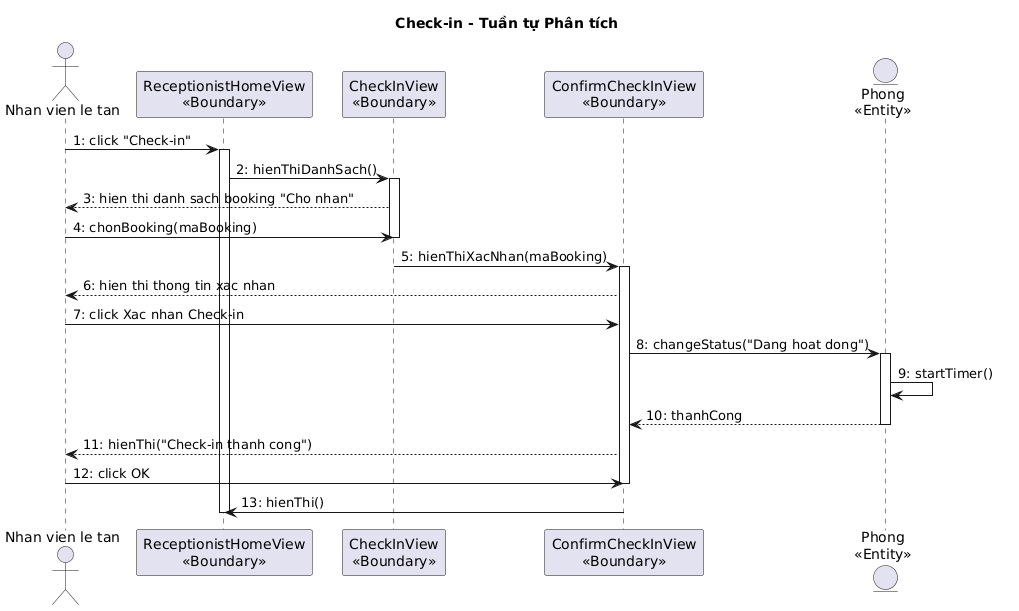
thanhtrnnn/cnpm keeps this PlantUML diagram as output/diagrams/booking_aseq_checkin.png. Above is the earlier version. Source of this version:
```plantuml
@startuml
title Check-in - Tuần tự Phân tích

actor "Nhan vien le tan" as NV
participant "ReceptionistHomeView\n<<Boundary>>" as Home
participant "CheckInView\n<<Boundary>>" as CheckIn
participant "ConfirmCheckInView\n<<Boundary>>" as Confirm
entity "Phong\n<<Entity>>" as Phong

NV -> Home : 1: click "Check-in"
activate Home
Home -> CheckIn : 2: hienThiDanhSach()
activate CheckIn
CheckIn --> NV : 3: hien thi danh sach booking "Cho nhan"
NV -> CheckIn : 4: chonBooking(maBooking)
deactivate CheckIn
CheckIn -> Confirm : 5: hienThiXacNhan(maBooking)
activate Confirm
Confirm --> NV : 6: hien thi thong tin xac nhan
NV -> Confirm : 7: click Xac nhan Check-in
Confirm -> Phong : 8: changeStatus("Dang hoat dong")
activate Phong
Phong -> Phong : 9: startTimer()
Phong --> Confirm : 10: thanhCong
deactivate Phong
Confirm --> NV : 11: hienThi("Check-in thanh cong")
NV -> Confirm : 12: click OK
deactivate Confirm
Confirm -> Home : 13: hienThi()
deactivate Home
@enduml
```
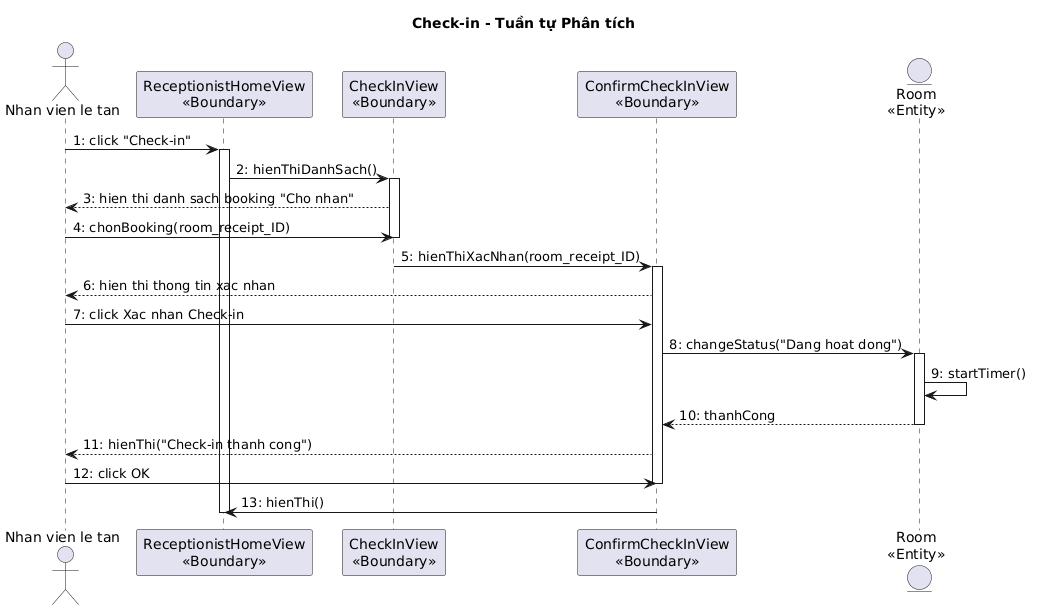
The same diagram one commit later.

Commit message:
sync: update all sequence diagrams with English entity names per Google Docs

Diff of the diagram source:
```diff
@@ -5,24 +5,24 @@
 participant "ReceptionistHomeView\n<<Boundary>>" as Home
 participant "CheckInView\n<<Boundary>>" as CheckIn
 participant "ConfirmCheckInView\n<<Boundary>>" as Confirm
-entity "Phong\n<<Entity>>" as Phong
+entity "Room\n<<Entity>>" as Room
 
 NV -> Home : 1: click "Check-in"
 activate Home
 Home -> CheckIn : 2: hienThiDanhSach()
 activate CheckIn
 CheckIn --> NV : 3: hien thi danh sach booking "Cho nhan"
-NV -> CheckIn : 4: chonBooking(maBooking)
+NV -> CheckIn : 4: chonBooking(room_receipt_ID)
 deactivate CheckIn
-CheckIn -> Confirm : 5: hienThiXacNhan(maBooking)
+CheckIn -> Confirm : 5: hienThiXacNhan(room_receipt_ID)
 activate Confirm
 Confirm --> NV : 6: hien thi thong tin xac nhan
 NV -> Confirm : 7: click Xac nhan Check-in
-Confirm -> Phong : 8: changeStatus("Dang hoat dong")
-activate Phong
-Phong -> Phong : 9: startTimer()
-Phong --> Confirm : 10: thanhCong
-deactivate Phong
+Confirm -> Room : 8: changeStatus("Dang hoat dong")
+activate Room
+Room -> Room : 9: startTimer()
+Room --> Confirm : 10: thanhCong
+deactivate Room
 Confirm --> NV : 11: hienThi("Check-in thanh cong")
 NV -> Confirm : 12: click OK
 deactivate Confirm
```
